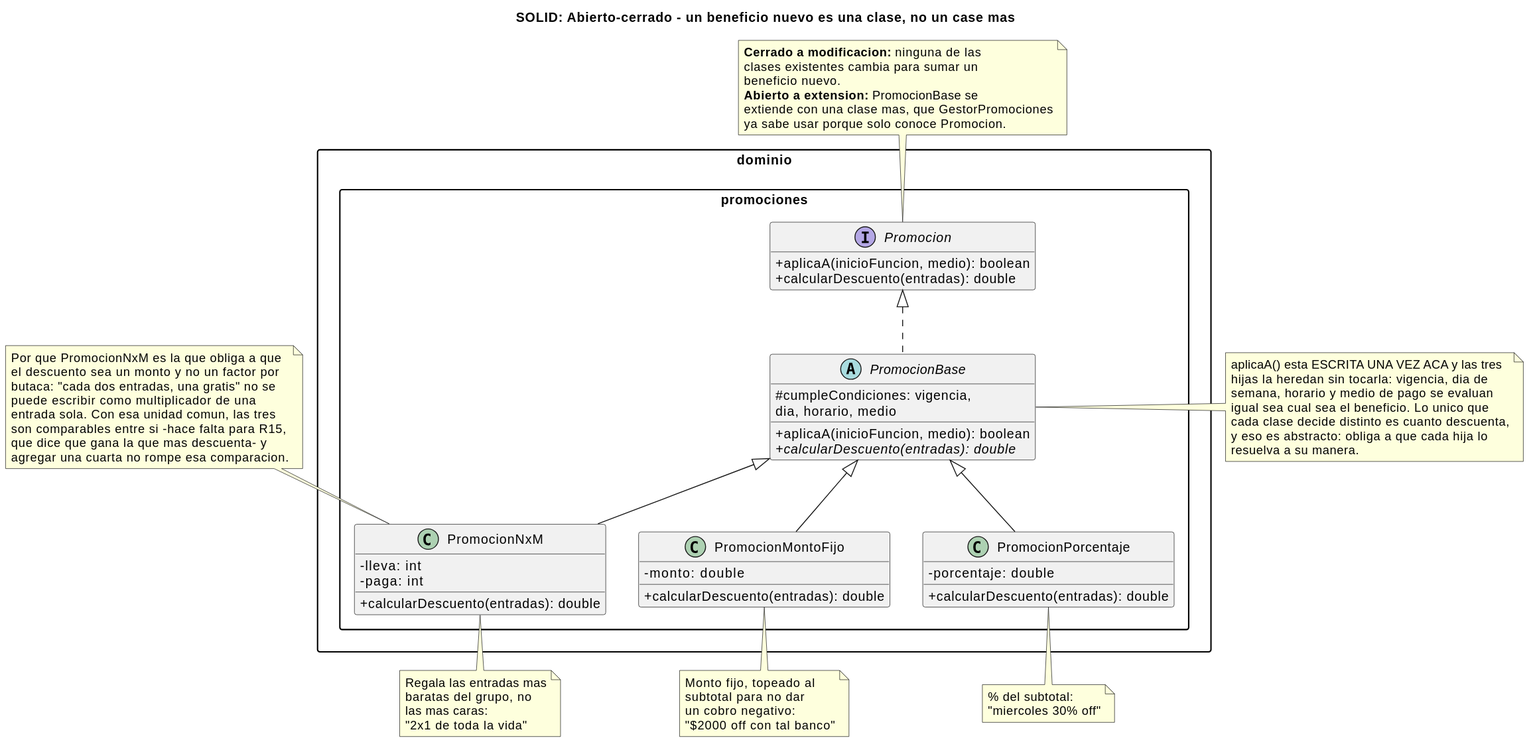
Earlier version of the PlantUML export cine-backend/docs/diagramas/solid-ocp.svg (andreiveisuade/cine-uade). Its diagram source:
```plantuml
@startuml
title SOLID: Abierto-cerrado - un beneficio nuevo es una clase, no un case mas

skinparam classAttributeIconSize 0
skinparam packageStyle rectangle
hide empty members


package "dominio.promociones" {
  interface Promocion {
    +aplicaA(inicioFuncion, medio): boolean
    +calcularDescuento(entradas): double
  }

  abstract class PromocionBase {
    #cumpleCondiciones: vigencia,\ndia, horario, medio
    +aplicaA(inicioFuncion, medio): boolean
    {abstract} +calcularDescuento(entradas): double
  }

  class PromocionPorcentaje {
    -porcentaje: double
    +calcularDescuento(entradas): double
  }
  class PromocionMontoFijo {
    -monto: double
    +calcularDescuento(entradas): double
  }
  class PromocionNxM {
    -lleva: int
    -paga: int
    +calcularDescuento(entradas): double
  }
}

PromocionBase .up.|> Promocion
PromocionPorcentaje -up-|> PromocionBase
PromocionMontoFijo -up-|> PromocionBase
PromocionNxM -up-|> PromocionBase

note right of PromocionBase
  aplicaA() esta ESCRITA UNA VEZ ACA y las tres
  hijas la heredan sin tocarla: vigencia, dia de
  semana, horario y medio de pago se evaluan
  igual sea cual sea el beneficio. Lo unico que
  cada clase decide distinto es cuanto descuenta,
  y eso es abstracto: obliga a que cada hija lo
  resuelva a su manera.
end note

note bottom of PromocionPorcentaje
  % del subtotal:
  "miercoles 30% off"
end note
note bottom of PromocionMontoFijo
  Monto fijo, topeado al
  subtotal para no dar
  un cobro negativo:
  "$2000 off con tal banco"
end note
note bottom of PromocionNxM
  Regala las entradas mas
  baratas del grupo, no
  las mas caras:
  "2x1 de toda la vida"
end note

note as N1
  Por que PromocionNxM es la que obliga a que
  el descuento sea un monto y no un factor por
  butaca: "cada dos entradas, una gratis" no se
  puede escribir como multiplicador de una
  entrada sola. Con esa unidad comun, las tres
  son comparables entre si -hace falta para R15,
  que dice que gana la que mas descuenta- y
  agregar una cuarta no rompe esa comparacion.
end note
N1 .. PromocionNxM

note as N2
  **Cerrado a modificacion:** ninguna de las
  clases existentes cambia para sumar un
  beneficio nuevo.
  **Abierto a extension:** PromocionBase se
  extiende con una clase mas, que GestorPromociones
  ya sabe usar porque solo conoce Promocion.
end note
N2 .. Promocion
@enduml
```
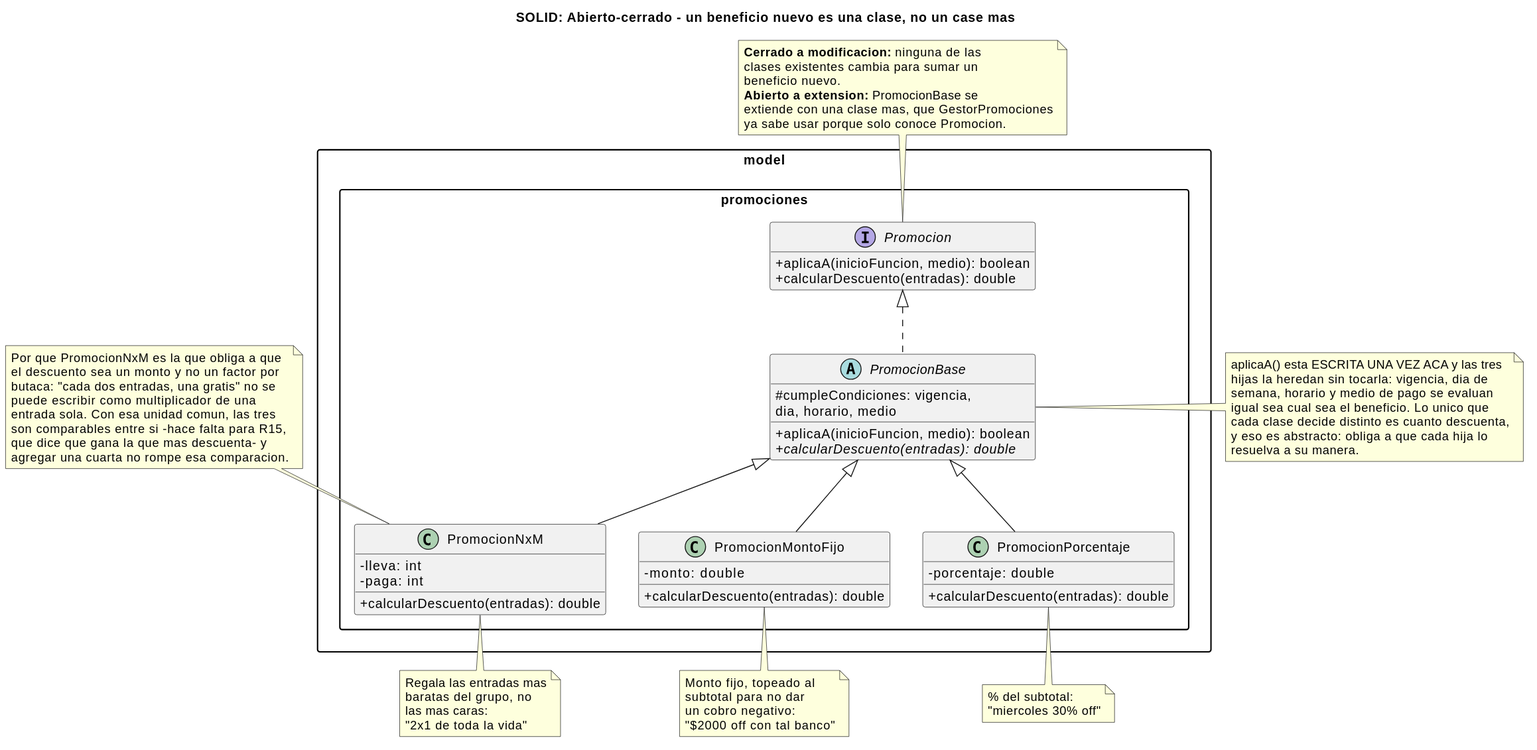
The same diagram one commit later.

Change to the diagram source:
```diff
@@ -6,7 +6,7 @@
 hide empty members
 
 
-package "dominio.promociones" {
+package "model.promociones" {
   interface Promocion {
     +aplicaA(inicioFuncion, medio): boolean
     +calcularDescuento(entradas): double
```
